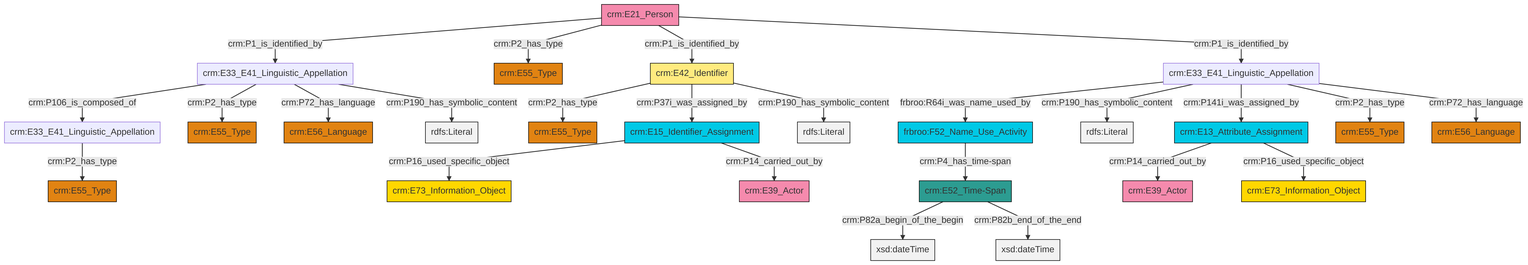
Earlier version of the Mermaid export et/personCSV/ttl/mmd/png/Person_Names_and_Classification.png (swiss-art-research-net/reference-data-models). Its source is kept beside it as et/personCSV/ttl/mmd/Person_Names_and_Classification.ttl.mmd.
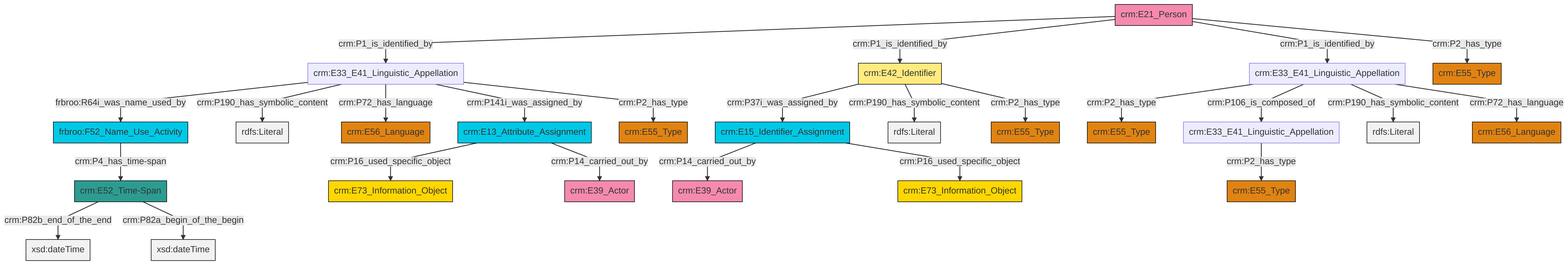
After the commit.

What changed in the source:
```diff
@@ -14,26 +14,26 @@
 classDef Multi fill:#cccccc,stroke:#000000;
 
 0["crm:E21_Person"]:::Actor -->|crm:P1_is_identified_by| 1["crm:E33_E41_Linguistic_Appellation"]:::Default
-2["frbroo:F52_Name_Use_Activity"]:::Temporal_Entity -->|crm:P4_has_time-span| 3["crm:E52_Time-Span"]:::Time-Span
-8["crm:E15_Identifier_Assignment"]:::Temporal_Entity -->|crm:P16_used_specific_object| 9["crm:E73_Information_Object"]:::Conceptual_Object
-12["crm:E33_E41_Linguistic_Appellation"]:::Default -->|frbroo:R64i_was_name_used_by| 2["frbroo:F52_Name_Use_Activity"]:::Temporal_Entity
-8["crm:E15_Identifier_Assignment"]:::Temporal_Entity -->|crm:P14_carried_out_by| 13["crm:E39_Actor"]:::Actor
-0["crm:E21_Person"]:::Actor -->|crm:P2_has_type| 15["crm:E55_Type"]:::Type
-1["crm:E33_E41_Linguistic_Appellation"]:::Default -->|crm:P106_is_composed_of| 10["crm:E33_E41_Linguistic_Appellation"]:::Default
-12["crm:E33_E41_Linguistic_Appellation"]:::Default -->|crm:P190_has_symbolic_content| 18[rdfs:Literal]:::Literal
-0["crm:E21_Person"]:::Actor -->|crm:P1_is_identified_by| 26["crm:E42_Identifier"]:::Appellation
-22["crm:E13_Attribute_Assignment"]:::Temporal_Entity -->|crm:P14_carried_out_by| 27["crm:E39_Actor"]:::Actor
-12["crm:E33_E41_Linguistic_Appellation"]:::Default -->|crm:P141i_was_assigned_by| 22["crm:E13_Attribute_Assignment"]:::Temporal_Entity
-12["crm:E33_E41_Linguistic_Appellation"]:::Default -->|crm:P2_has_type| 24["crm:E55_Type"]:::Type
-1["crm:E33_E41_Linguistic_Appellation"]:::Default -->|crm:P2_has_type| 20["crm:E55_Type"]:::Type
-10["crm:E33_E41_Linguistic_Appellation"]:::Default -->|crm:P2_has_type| 16["crm:E55_Type"]:::Type
-3["crm:E52_Time-Span"]:::Time-Span -->|crm:P82a_begin_of_the_begin| 34[xsd:dateTime]:::Literal
-26["crm:E42_Identifier"]:::Appellation -->|crm:P2_has_type| 4["crm:E55_Type"]:::Type
-1["crm:E33_E41_Linguistic_Appellation"]:::Default -->|crm:P72_has_language| 29["crm:E56_Language"]:::Type
-26["crm:E42_Identifier"]:::Appellation -->|crm:P37i_was_assigned_by| 8["crm:E15_Identifier_Assignment"]:::Temporal_Entity
-0["crm:E21_Person"]:::Actor -->|crm:P1_is_identified_by| 12["crm:E33_E41_Linguistic_Appellation"]:::Default
-1["crm:E33_E41_Linguistic_Appellation"]:::Default -->|crm:P190_has_symbolic_content| 36[rdfs:Literal]:::Literal
-12["crm:E33_E41_Linguistic_Appellation"]:::Default -->|crm:P72_has_language| 32["crm:E56_Language"]:::Type
-22["crm:E13_Attribute_Assignment"]:::Temporal_Entity -->|crm:P16_used_specific_object| 6["crm:E73_Information_Object"]:::Conceptual_Object
-26["crm:E42_Identifier"]:::Appellation -->|crm:P190_has_symbolic_content| 43[rdfs:Literal]:::Literal
-3["crm:E52_Time-Span"]:::Time-Span -->|crm:P82b_end_of_the_end| 46[xsd:dateTime]:::Literal
+4["crm:E42_Identifier"]:::Appellation -->|crm:P37i_was_assigned_by| 5["crm:E15_Identifier_Assignment"]:::Temporal_Entity
+8["crm:E33_E41_Linguistic_Appellation"]:::Default -->|crm:P2_has_type| 9["crm:E55_Type"]:::Type
+1["crm:E33_E41_Linguistic_Appellation"]:::Default -->|frbroo:R64i_was_name_used_by| 14["frbroo:F52_Name_Use_Activity"]:::Temporal_Entity
+8["crm:E33_E41_Linguistic_Appellation"]:::Default -->|crm:P106_is_composed_of| 16["crm:E33_E41_Linguistic_Appellation"]:::Default
+1["crm:E33_E41_Linguistic_Appellation"]:::Default -->|crm:P190_has_symbolic_content| 17[rdfs:Literal]:::Literal
+18["crm:E52_Time-Span"]:::Time-Span -->|crm:P82b_end_of_the_end| 19[xsd:dateTime]:::Literal
+16["crm:E33_E41_Linguistic_Appellation"]:::Default -->|crm:P2_has_type| 21["crm:E55_Type"]:::Type
+5["crm:E15_Identifier_Assignment"]:::Temporal_Entity -->|crm:P14_carried_out_by| 10["crm:E39_Actor"]:::Actor
+1["crm:E33_E41_Linguistic_Appellation"]:::Default -->|crm:P72_has_language| 23["crm:E56_Language"]:::Type
+4["crm:E42_Identifier"]:::Appellation -->|crm:P190_has_symbolic_content| 24[rdfs:Literal]:::Literal
+0["crm:E21_Person"]:::Actor -->|crm:P1_is_identified_by| 4["crm:E42_Identifier"]:::Appellation
+8["crm:E33_E41_Linguistic_Appellation"]:::Default -->|crm:P190_has_symbolic_content| 28[rdfs:Literal]:::Literal
+5["crm:E15_Identifier_Assignment"]:::Temporal_Entity -->|crm:P16_used_specific_object| 12["crm:E73_Information_Object"]:::Conceptual_Object
+18["crm:E52_Time-Span"]:::Time-Span -->|crm:P82a_begin_of_the_begin| 33[xsd:dateTime]:::Literal
+0["crm:E21_Person"]:::Actor -->|crm:P1_is_identified_by| 8["crm:E33_E41_Linguistic_Appellation"]:::Default
+8["crm:E33_E41_Linguistic_Appellation"]:::Default -->|crm:P72_has_language| 25["crm:E56_Language"]:::Type
+36["crm:E13_Attribute_Assignment"]:::Temporal_Entity -->|crm:P16_used_specific_object| 34["crm:E73_Information_Object"]:::Conceptual_Object
+4["crm:E42_Identifier"]:::Appellation -->|crm:P2_has_type| 6["crm:E55_Type"]:::Type
+36["crm:E13_Attribute_Assignment"]:::Temporal_Entity -->|crm:P14_carried_out_by| 29["crm:E39_Actor"]:::Actor
+14["frbroo:F52_Name_Use_Activity"]:::Temporal_Entity -->|crm:P4_has_time-span| 18["crm:E52_Time-Span"]:::Time-Span
+1["crm:E33_E41_Linguistic_Appellation"]:::Default -->|crm:P141i_was_assigned_by| 36["crm:E13_Attribute_Assignment"]:::Temporal_Entity
+1["crm:E33_E41_Linguistic_Appellation"]:::Default -->|crm:P2_has_type| 37["crm:E55_Type"]:::Type
+0["crm:E21_Person"]:::Actor -->|crm:P2_has_type| 2["crm:E55_Type"]:::Type
```
